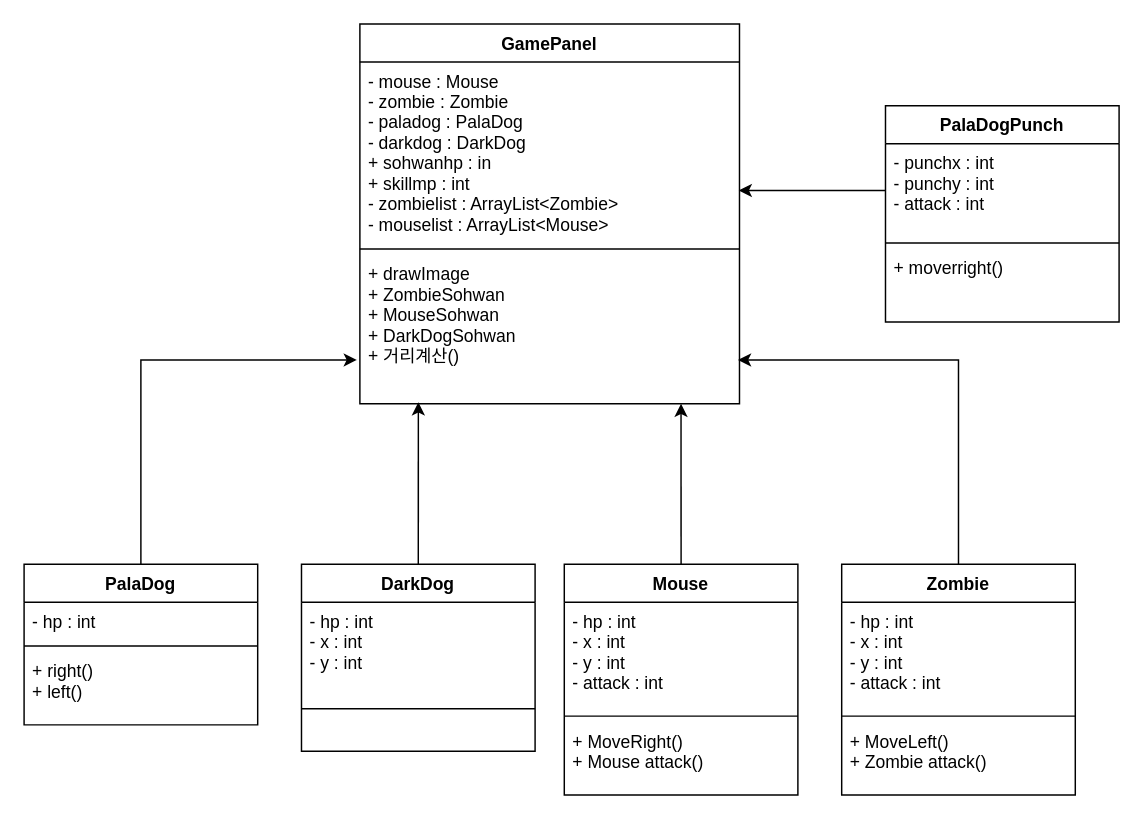
The draw.io diagram Untitled Diagram.drawio in jeonghyun051/kimjeonghyun, before the edit. Source tidied: cells renumbered, new cells numbered last; positions are measured from the earlier drawing's top-left corner, leaving out a move shared by most shapes. Both pictures are drawn from the tidied source at 146%, with x=0, y=0 at pixel (23, 23).
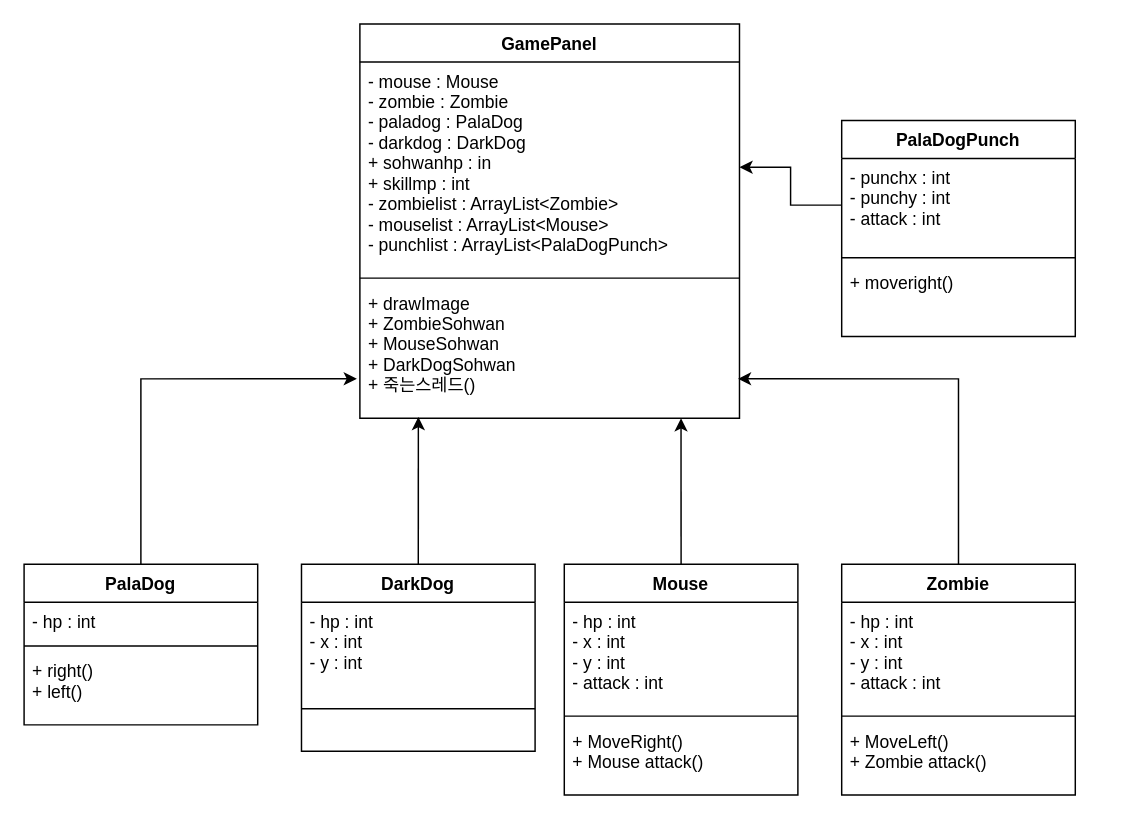
The same page after the edit.

The change refers to these unchanged cells:
```xml
<mxCell id="26" value="- punchx : int&#10;- punchy : int&#10;- attack : int" style="text;strokeColor=none;fillColor=none;align=left;verticalAlign=top;spacingLeft=4;spacingRight=4;overflow=hidden;points=[[0,0.5],[1,0.5]];portConstraint=eastwest;" parent="25" vertex="1">
  <mxGeometry y="26" width="160" height="64" as="geometry" />
</mxCell>
```

Change to the diagram source:
```diff
@@
     <mxCell id="2" value="GamePanel" style="swimlane;fontStyle=1;align=center;verticalAlign=top;horizontal=1;startSize=26;" parent="1" vertex="1">
-      <mxGeometry x="230" width="260" height="260" as="geometry" />
+      <mxGeometry x="230" width="260" height="270" as="geometry" />
     </mxCell>
-    <mxCell id="3" value="- mouse : Mouse &#10;- zombie : Zombie&#10;- paladog : PalaDog&#10;- darkdog : DarkDog&#10;+ sohwanhp : in&#10;+ skillmp : int&#10;- zombielist : ArrayList&lt;Zombie&gt;&#10;- mouselist : ArrayList&lt;Mouse&gt;&#10;" style="text;strokeColor=none;fillColor=none;align=left;verticalAlign=top;spacingLeft=4;spacingRight=4;overflow=hidden;points=[[0,0.5],[1,0.5]];portConstraint=eastwest;" parent="2" vertex="1">
-      <mxGeometry y="26" width="260" height="124" as="geometry" />
+    <mxCell id="3" value="- mouse : Mouse &#10;- zombie : Zombie&#10;- paladog : PalaDog&#10;- darkdog : DarkDog&#10;+ sohwanhp : in&#10;+ skillmp : int&#10;- zombielist : ArrayList&lt;Zombie&gt;&#10;- mouselist : ArrayList&lt;Mouse&gt;&#10;- punchlist : ArrayList&lt;PalaDogPunch&gt;&#10;" style="text;strokeColor=none;fillColor=none;align=left;verticalAlign=top;spacingLeft=4;spacingRight=4;overflow=hidden;points=[[0,0.5],[1,0.5]];portConstraint=eastwest;" parent="2" vertex="1">
+      <mxGeometry y="26" width="260" height="144" as="geometry" />
     </mxCell>
     <mxCell id="4" style="line;strokeWidth=1;fillColor=none;align=left;verticalAlign=middle;spacingTop=-1;spacingLeft=3;spacingRight=3;labelPosition=right;" parent="2" vertex="1">
-      <mxGeometry y="150" width="260" height="8" as="geometry" />
+      <mxGeometry y="170" width="260" height="8" as="geometry" />
     </mxCell>
-    <mxCell id="5" value="+ drawImage&#10;+ ZombieSohwan&#10;+ MouseSohwan&#10;+ DarkDogSohwan&#10;+ 거리계산()" style="text;strokeColor=none;fillColor=none;align=left;verticalAlign=top;spacingLeft=4;spacingRight=4;overflow=hidden;points=[[0,0.5],[1,0.5]];portConstraint=eastwest;" parent="2" vertex="1">
-      <mxGeometry y="158" width="260" height="102" as="geometry" />
+    <mxCell id="5" value="+ drawImage&#10;+ ZombieSohwan&#10;+ MouseSohwan&#10;+ DarkDogSohwan&#10;+ 죽는스레드()" style="text;strokeColor=none;fillColor=none;align=left;verticalAlign=top;spacingLeft=4;spacingRight=4;overflow=hidden;points=[[0,0.5],[1,0.5]];portConstraint=eastwest;" parent="2" vertex="1">
+      <mxGeometry y="178" width="260" height="92" as="geometry" />
     </mxCell>
@@
     <mxCell id="25" value="PalaDogPunch" style="swimlane;fontStyle=1;align=center;verticalAlign=top;horizontal=1;startSize=26;" parent="1" vertex="1">
-      <mxGeometry x="590" y="56" width="160" height="148" as="geometry" />
+      <mxGeometry x="560" y="66" width="160" height="148" as="geometry" />
     </mxCell>
@@
-    <mxCell id="28" value="+ moverright()&#10;" style="text;strokeColor=none;fillColor=none;align=left;verticalAlign=top;spacingLeft=4;spacingRight=4;overflow=hidden;" parent="25" vertex="1">
+    <mxCell id="28" value="+ moveright()&#10;" style="text;strokeColor=none;fillColor=none;align=left;verticalAlign=top;spacingLeft=4;spacingRight=4;overflow=hidden;" parent="25" vertex="1">
       <mxGeometry y="98" width="160" height="50" as="geometry" />
     </mxCell>
-    <mxCell id="29" style="edgeStyle=orthogonalEdgeStyle;rounded=0;jettySize=auto;html=1;exitX=0;exitY=0.5;exitDx=0;exitDy=0;entryX=0.998;entryY=0.709;entryDx=0;entryDy=0;entryPerimeter=0;" parent="1" edge="1" source="26" target="3">
+    <mxCell id="29" style="edgeStyle=orthogonalEdgeStyle;rounded=0;jettySize=auto;html=1;exitX=0;exitY=0.5;exitDx=0;exitDy=0;" parent="1" edge="1" source="26" target="3">
       <mxGeometry relative="1" as="geometry" />
     </mxCell>
```
